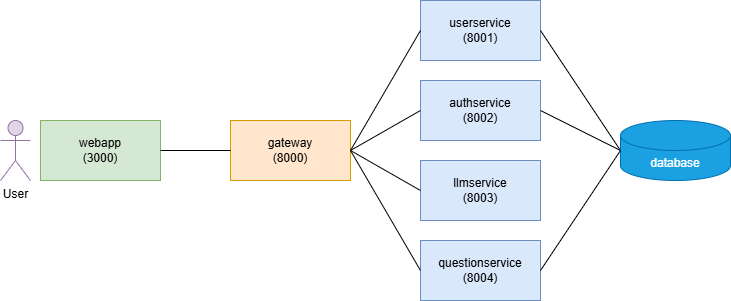
Above: docs/images/deployment.png in Arquisoft/wichat_en2a (draw.io), before the change. Source tidied: cells renumbered, new cells last; positions are measured from the earlier drawing's top-left corner, leaving out a move shared by most shapes.
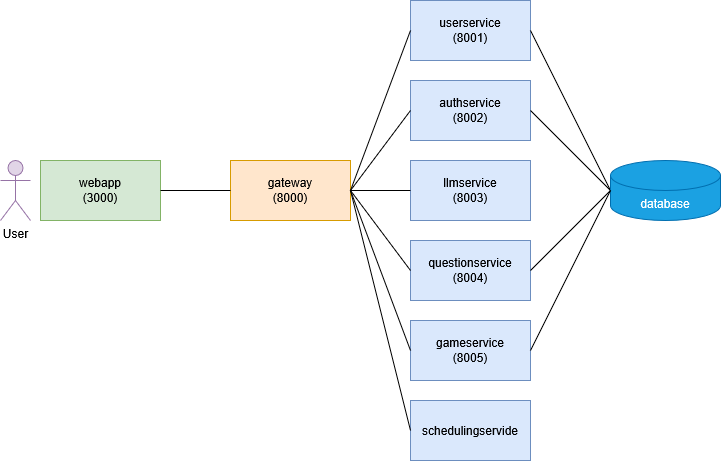
After the commit.

The edit, as a diff of the source:
```diff
@@ -9,13 +9,13 @@
       <mxGeometry x="230" y="120" width="120" height="60" as="geometry" />
     </mxCell>
     <mxCell id="4" value="&lt;div&gt;authservice&lt;/div&gt;&lt;div&gt;(8002)&lt;/div&gt;" style="rounded=0;whiteSpace=wrap;html=1;fillColor=#dae8fc;strokeColor=#6c8ebf;" parent="1" vertex="1">
-      <mxGeometry x="420" y="80" width="120" height="60" as="geometry" />
+      <mxGeometry x="410" y="40" width="120" height="60" as="geometry" />
     </mxCell>
     <mxCell id="5" value="userservice&lt;br&gt;(8001)" style="rounded=0;whiteSpace=wrap;html=1;fillColor=#dae8fc;strokeColor=#6c8ebf;" parent="1" vertex="1">
-      <mxGeometry x="420" width="120" height="60" as="geometry" />
+      <mxGeometry x="410" y="-40" width="120" height="60" as="geometry" />
     </mxCell>
     <mxCell id="6" value="llmservice&lt;br&gt;(8003)" style="rounded=0;whiteSpace=wrap;html=1;fillColor=#dae8fc;strokeColor=#6c8ebf;" parent="1" vertex="1">
-      <mxGeometry x="420" y="160" width="120" height="60" as="geometry" />
+      <mxGeometry x="410" y="120" width="120" height="60" as="geometry" />
     </mxCell>
     <mxCell id="7" style="endArrow=none;html=1;rounded=0;exitX=1;exitY=0.5;exitDx=0;exitDy=0;entryX=0;entryY=0.5;entryDx=0;entryDy=0;" parent="1" edge="1" source="2" target="3">
       <mxGeometry relative="1" as="geometry" />
@@ -29,26 +29,45 @@
     <mxCell id="10" style="endArrow=none;html=1;rounded=0;exitX=1;exitY=0.5;exitDx=0;exitDy=0;entryX=0;entryY=0.5;entryDx=0;entryDy=0;" parent="1" edge="1" source="3" target="6">
       <mxGeometry relative="1" as="geometry" />
     </mxCell>
-    <mxCell id="11" style="endArrow=none;html=1;rounded=0;exitX=1;exitY=0.5;exitDx=0;exitDy=0;entryX=0;entryY=0.5;entryDx=0;entryDy=0;entryPerimeter=0;" parent="1" edge="1" source="5" target="13">
-      <mxGeometry relative="1" as="geometry" />
+    <mxCell id="11" style="endArrow=none;html=1;rounded=0;exitX=1;exitY=0.5;exitDx=0;exitDy=0;entryX=0;entryY=0.5;entryDx=0;entryDy=0;" parent="1" edge="1" source="5">
+      <mxGeometry relative="1" as="geometry">
+        <mxPoint x="610" y="150" as="targetPoint" />
+      </mxGeometry>
     </mxCell>
-    <mxCell id="12" style="endArrow=none;html=1;rounded=0;exitX=1;exitY=0.5;exitDx=0;exitDy=0;entryX=0;entryY=0.5;entryDx=0;entryDy=0;entryPerimeter=0;" parent="1" edge="1" source="4" target="13">
-      <mxGeometry relative="1" as="geometry" />
+    <mxCell id="12" style="endArrow=none;html=1;rounded=0;exitX=1;exitY=0.5;exitDx=0;exitDy=0;entryX=0;entryY=0.5;entryDx=0;entryDy=0;" parent="1" edge="1" source="4">
+      <mxGeometry relative="1" as="geometry">
+        <mxPoint x="610" y="150" as="targetPoint" />
+      </mxGeometry>
     </mxCell>
     <mxCell id="13" value="database" style="shape=cylinder3;whiteSpace=wrap;html=1;boundedLbl=1;backgroundOutline=1;size=15;fillColor=#1ba1e2;fontColor=#ffffff;strokeColor=#006EAF;" parent="1" vertex="1">
-      <mxGeometry x="620" y="120" width="110" height="60" as="geometry" />
+      <mxGeometry x="610" y="120" width="110" height="60" as="geometry" />
     </mxCell>
     <mxCell id="14" value="User" style="shape=umlActor;verticalLabelPosition=bottom;verticalAlign=top;html=1;fillColor=#e1d5e7;strokeColor=#9673a6;" parent="1" vertex="1">
       <mxGeometry y="120" width="30" height="60" as="geometry" />
     </mxCell>
-    <mxCell id="15" value="questionservice&lt;div&gt;(8004)&lt;/div&gt;" style="rounded=0;whiteSpace=wrap;html=1;fillColor=#dae8fc;strokeColor=#6c8ebf;" parent="1" vertex="1">
-      <mxGeometry x="420" y="240" width="120" height="60" as="geometry" />
+    <mxCell id="15" value="questionservice&lt;br&gt;(8004)" style="rounded=0;whiteSpace=wrap;html=1;fillColor=#dae8fc;strokeColor=#6c8ebf;" parent="1" vertex="1">
+      <mxGeometry x="410" y="200" width="120" height="60" as="geometry" />
     </mxCell>
+    <mxCell id="18" value="gameservice&lt;br&gt;(8005)" style="rounded=0;whiteSpace=wrap;html=1;fillColor=#dae8fc;strokeColor=#6c8ebf;" parent="1" vertex="1">
+      <mxGeometry x="410" y="280" width="120" height="60" as="geometry" />
+    </mxCell>
     <mxCell id="16" style="endArrow=none;html=1;rounded=0;exitX=1;exitY=0.5;exitDx=0;exitDy=0;entryX=0;entryY=0.5;entryDx=0;entryDy=0;" parent="1" edge="1" source="3" target="15">
       <mxGeometry relative="1" as="geometry" />
     </mxCell>
-    <mxCell id="17" style="endArrow=none;html=1;rounded=0;exitX=0;exitY=0.5;exitDx=0;exitDy=0;exitPerimeter=0;entryX=1;entryY=0.5;entryDx=0;entryDy=0;" parent="1" edge="1" source="13" target="15">
+    <mxCell id="17" style="endArrow=none;html=1;rounded=0;exitX=0;exitY=0.5;exitDx=0;exitDy=0;entryX=1;entryY=0.5;entryDx=0;entryDy=0;exitPerimeter=0;" parent="1" edge="1" source="13" target="15">
       <mxGeometry relative="1" as="geometry" />
     </mxCell>
+    <mxCell id="19" style="endArrow=none;html=1;rounded=0;exitX=1;exitY=0.5;exitDx=0;exitDy=0;entryX=0;entryY=0.5;entryDx=0;entryDy=0;" parent="1" edge="1" source="3" target="18">
+      <mxGeometry relative="1" as="geometry" />
+    </mxCell>
+    <mxCell id="20" style="endArrow=none;html=1;rounded=0;exitX=0;exitY=0.5;exitDx=0;exitDy=0;entryX=1;entryY=0.5;entryDx=0;entryDy=0;exitPerimeter=0;" parent="1" edge="1" source="13" target="18">
+      <mxGeometry relative="1" as="geometry" />
+    </mxCell>
+    <mxCell id="21" value="&lt;div&gt;schedulingservide&lt;/div&gt;" style="rounded=0;whiteSpace=wrap;html=1;fillColor=#dae8fc;strokeColor=#6c8ebf;" parent="1" vertex="1">
+      <mxGeometry x="410" y="360" width="120" height="60" as="geometry" />
+    </mxCell>
+    <mxCell id="22" style="endArrow=none;html=1;rounded=0;entryX=0;entryY=0.5;entryDx=0;entryDy=0;exitX=1;exitY=0.5;exitDx=0;exitDy=0;" parent="1" edge="1" source="3" target="21">
+      <mxGeometry relative="1" as="geometry" />
+    </mxCell>
   </root>
 </mxGraphModel>
```
